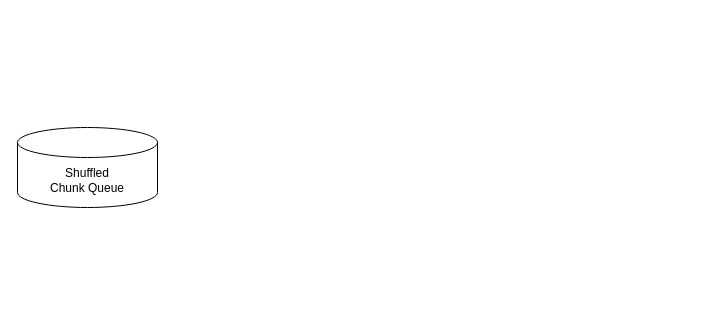
The draw.io diagram page "Page-2" (2 of 2) of SoundCloudScraper.drawio in EricOrrDev/Diagrams, before the edit. Source tidied: cells renumbered, new cells numbered last; positions are measured from the earlier drawing's top-left corner, leaving out a move shared by most shapes. Both pictures are drawn from the tidied source at 100%, with x=0, y=0 at pixel (17, 127).
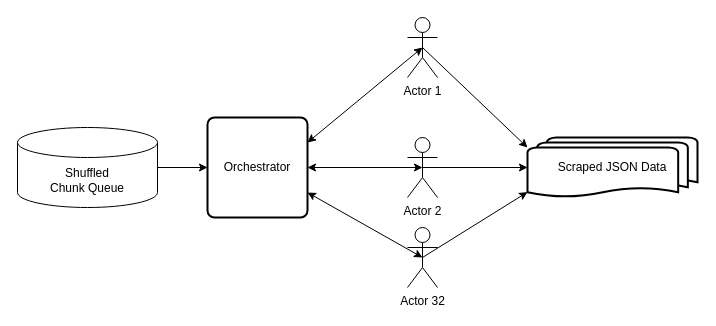
After the change.

Change to the diagram source:
```diff
@@
 <mxGraphModel>
   <root>
     <mxCell id="0" />
     <mxCell id="1" parent="0" />
+    <mxCell id="3" style="edgeStyle=orthogonalEdgeStyle;rounded=0;jettySize=auto;html=1;exitX=1;exitY=0.5;exitDx=0;exitDy=0;exitPerimeter=0;entryX=0;entryY=0.5;entryDx=0;entryDy=0;" parent="1" edge="1" source="2" target="4">
+      <mxGeometry relative="1" as="geometry" />
+    </mxCell>
     <mxCell id="2" value="&lt;div&gt;Shuffled&lt;/div&gt;&lt;div&gt;Chunk Queue&lt;br&gt;&lt;/div&gt;" style="shape=cylinder3;whiteSpace=wrap;html=1;boundedLbl=1;backgroundOutline=1;size=15;" parent="1" vertex="1">
       <mxGeometry width="140" height="80" as="geometry" />
     </mxCell>
+    <mxCell id="4" value="Orchestrator" style="rounded=1;whiteSpace=wrap;html=1;absoluteArcSize=1;arcSize=14;strokeWidth=2;" parent="1" vertex="1">
+      <mxGeometry x="190" y="-10" width="100" height="100" as="geometry" />
+    </mxCell>
+    <mxCell id="5" value="Actor 1" style="shape=umlActor;verticalLabelPosition=bottom;verticalAlign=top;html=1;outlineConnect=0;" parent="1" vertex="1">
+      <mxGeometry x="390" y="-110" width="30" height="60" as="geometry" />
+    </mxCell>
+    <mxCell id="6" value="Actor 2" style="shape=umlActor;verticalLabelPosition=bottom;verticalAlign=top;html=1;outlineConnect=0;" parent="1" vertex="1">
+      <mxGeometry x="390" y="10" width="30" height="60" as="geometry" />
+    </mxCell>
+    <mxCell id="7" value="Actor 32" style="shape=umlActor;verticalLabelPosition=bottom;verticalAlign=top;html=1;outlineConnect=0;" parent="1" vertex="1">
+      <mxGeometry x="390" y="100" width="30" height="60" as="geometry" />
+    </mxCell>
+    <mxCell id="8" style="endArrow=classic;startArrow=classic;html=1;rounded=0;exitX=1;exitY=0.25;exitDx=0;exitDy=0;entryX=0.5;entryY=0.5;entryDx=0;entryDy=0;entryPerimeter=0;" parent="1" edge="1" source="4" target="5">
+      <mxGeometry relative="1" as="geometry" />
+    </mxCell>
+    <mxCell id="9" style="endArrow=classic;startArrow=classic;html=1;rounded=0;exitX=1;exitY=0.5;exitDx=0;exitDy=0;entryX=0.5;entryY=0.5;entryDx=0;entryDy=0;entryPerimeter=0;" parent="1" edge="1" source="4" target="6">
+      <mxGeometry relative="1" as="geometry" />
+    </mxCell>
+    <mxCell id="10" style="endArrow=classic;startArrow=classic;html=1;rounded=0;entryX=0.5;entryY=0.5;entryDx=0;entryDy=0;entryPerimeter=0;exitX=1;exitY=0.75;exitDx=0;exitDy=0;" parent="1" edge="1" source="4" target="7">
+      <mxGeometry relative="1" as="geometry" />
+    </mxCell>
+    <mxCell id="11" value="Scraped JSON Data" style="strokeWidth=2;html=1;shape=mxgraph.flowchart.multi-document;whiteSpace=wrap;" parent="1" vertex="1">
+      <mxGeometry x="510" y="10" width="170" height="60" as="geometry" />
+    </mxCell>
+    <mxCell id="12" style="endArrow=classic;html=1;rounded=0;exitX=0.5;exitY=0.5;exitDx=0;exitDy=0;exitPerimeter=0;entryX=0;entryY=0.5;entryDx=0;entryDy=0;entryPerimeter=0;" parent="1" edge="1" source="6" target="11">
+      <mxGeometry relative="1" as="geometry" />
+    </mxCell>
+    <mxCell id="13" style="endArrow=classic;html=1;rounded=0;exitX=0.5;exitY=0.5;exitDx=0;exitDy=0;exitPerimeter=0;entryX=0;entryY=0.167;entryDx=0;entryDy=0;entryPerimeter=0;" parent="1" edge="1" source="5" target="11">
+      <mxGeometry relative="1" as="geometry" />
+    </mxCell>
+    <mxCell id="14" style="endArrow=classic;html=1;rounded=0;exitX=0.5;exitY=0.5;exitDx=0;exitDy=0;exitPerimeter=0;entryX=0;entryY=0.91;entryDx=0;entryDy=0;entryPerimeter=0;" parent="1" edge="1" source="7" target="11">
+      <mxGeometry relative="1" as="geometry" />
+    </mxCell>
   </root>
 </mxGraphModel>
```
